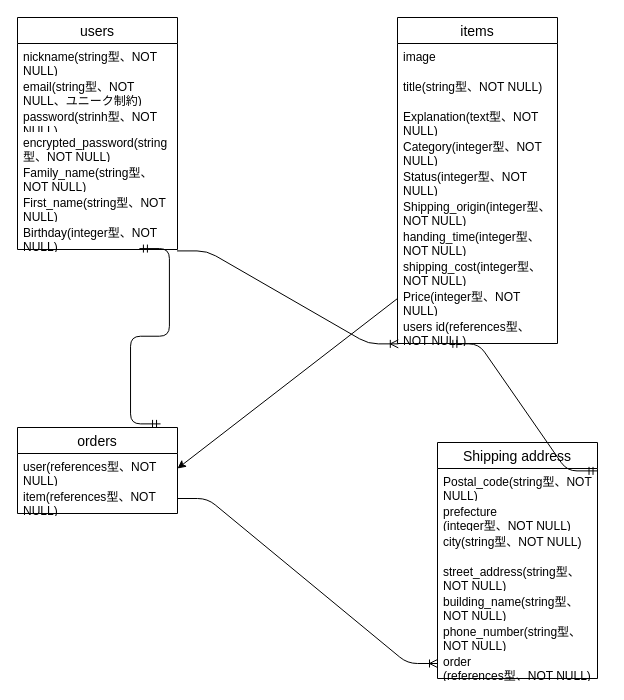
Above: db.dio in mamedaihuku21/furima-41735 (draw.io), before the change. Source tidied: cells renumbered, new cells numbered last; positions are measured from the earlier drawing's top-left corner, leaving out a move shared by most shapes. Both pictures are drawn from the tidied source at 100%, with x=0, y=0 at pixel (17, 17).
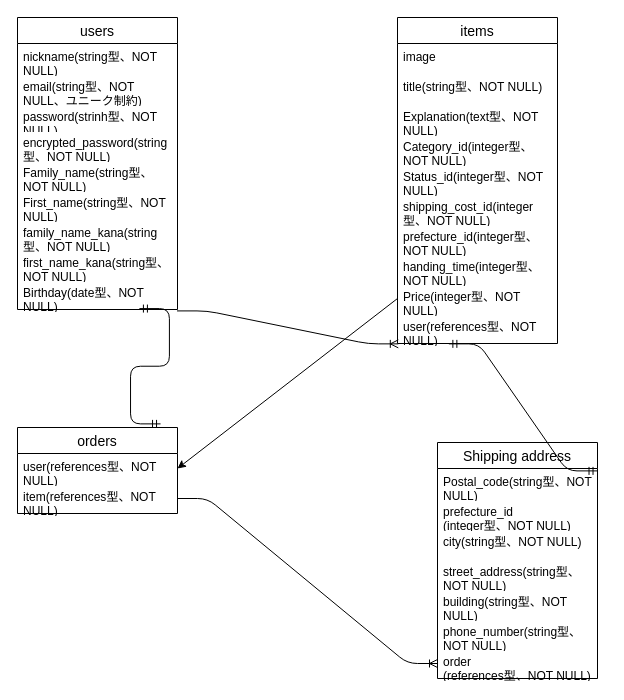
The same diagram, later.

Commit message (it also covers changes not shown here):
データベース設計修正

Unchanged cells that the change refers to:
```xml
<mxCell id="10" value="items" style="swimlane;fontStyle=0;horizontal=1;startSize=26;align=center;fontSize=14;" parent="1" vertex="1">
  <mxGeometry x="380" width="160" height="326" as="geometry" />
</mxCell>
<mxCell id="24" value="Shipping address" style="swimlane;fontStyle=0;horizontal=1;startSize=26;align=center;fontSize=14;" parent="1" vertex="1">
  <mxGeometry x="420" y="425" width="160" height="236" as="geometry" />
</mxCell>
```

What changed in the source:
```diff
@@
     <mxCell id="2" value="users" style="swimlane;fontStyle=0;horizontal=1;startSize=26;align=center;fontSize=14;" parent="1" vertex="1">
-      <mxGeometry width="160" height="232" as="geometry" />
+      <mxGeometry width="160" height="292" as="geometry" />
     </mxCell>
@@
+    <mxCell id="37" value="family_name_kana(string型、NOT NULL)" style="text;strokeColor=none;fillColor=none;spacingLeft=4;spacingRight=4;overflow=hidden;fontSize=12;whiteSpace=wrap;html=1;" parent="2" vertex="1">
+      <mxGeometry y="202" width="160" height="30" as="geometry" />
+    </mxCell>
+    <mxCell id="38" value="first_name_kana(string型、NOT NULL)" style="text;strokeColor=none;fillColor=none;spacingLeft=4;spacingRight=4;overflow=hidden;fontSize=12;whiteSpace=wrap;html=1;" parent="2" vertex="1">
+      <mxGeometry y="232" width="160" height="30" as="geometry" />
+    </mxCell>
-    <mxCell id="9" value="Birthday(integer&lt;span lang=&quot;ja&quot;&gt;型、&lt;/span&gt;&lt;span lang=&quot;en-US&quot;&gt;NOT NULL&lt;/span&gt;)" style="text;strokeColor=none;fillColor=none;spacingLeft=4;spacingRight=4;overflow=hidden;points=[[0,0.5],[1,0.5]];portConstraint=eastwest;fontSize=12;whiteSpace=wrap;html=1;" parent="2" vertex="1">
-      <mxGeometry y="202" width="160" height="30" as="geometry" />
+    <mxCell id="9" value="Birthday(date&lt;span lang=&quot;ja&quot;&gt;型、&lt;/span&gt;&lt;span lang=&quot;en-US&quot;&gt;NOT NULL&lt;/span&gt;)" style="text;strokeColor=none;fillColor=none;spacingLeft=4;spacingRight=4;overflow=hidden;points=[[0,0.5],[1,0.5]];portConstraint=eastwest;fontSize=12;whiteSpace=wrap;html=1;" parent="2" vertex="1">
+      <mxGeometry y="262" width="160" height="30" as="geometry" />
     </mxCell>
@@
-    <mxCell id="14" value="Category(&lt;span lang=&quot;en-US&quot;&gt;integer&lt;/span&gt;&lt;span lang=&quot;ja&quot;&gt;型、&lt;/span&gt;&lt;span lang=&quot;en-US&quot;&gt;NOT NULL&lt;/span&gt;)" style="text;strokeColor=none;fillColor=none;spacingLeft=4;spacingRight=4;overflow=hidden;fontSize=12;whiteSpace=wrap;html=1;" parent="10" vertex="1">
+    <mxCell id="14" value="Category_id(&lt;span lang=&quot;en-US&quot;&gt;integer&lt;/span&gt;&lt;span lang=&quot;ja&quot;&gt;型、&lt;/span&gt;&lt;span lang=&quot;en-US&quot;&gt;NOT NULL&lt;/span&gt;)" style="text;strokeColor=none;fillColor=none;spacingLeft=4;spacingRight=4;overflow=hidden;fontSize=12;whiteSpace=wrap;html=1;" parent="10" vertex="1">
       <mxGeometry y="116" width="160" height="30" as="geometry" />
     </mxCell>
-    <mxCell id="15" value="Status(&lt;span lang=&quot;en-US&quot;&gt;integer&lt;/span&gt;&lt;span lang=&quot;ja&quot;&gt;型、&lt;/span&gt;&lt;span lang=&quot;en-US&quot;&gt;NOT NULL&lt;/span&gt;)" style="text;strokeColor=none;fillColor=none;spacingLeft=4;spacingRight=4;overflow=hidden;fontSize=12;whiteSpace=wrap;html=1;" parent="10" vertex="1">
+    <mxCell id="15" value="Status_id(&lt;span lang=&quot;en-US&quot;&gt;integer&lt;/span&gt;&lt;span lang=&quot;ja&quot;&gt;型、&lt;/span&gt;&lt;span lang=&quot;en-US&quot;&gt;NOT NULL&lt;/span&gt;)" style="text;strokeColor=none;fillColor=none;spacingLeft=4;spacingRight=4;overflow=hidden;fontSize=12;whiteSpace=wrap;html=1;" parent="10" vertex="1">
       <mxGeometry y="146" width="160" height="30" as="geometry" />
     </mxCell>
+    <mxCell id="18" value="shipping_cost_id(&lt;span lang=&quot;en-US&quot;&gt;integer&lt;/span&gt;&lt;span lang=&quot;ja&quot;&gt;型、&lt;/span&gt;&lt;span lang=&quot;en-US&quot;&gt;NOT NULL&lt;/span&gt;)" style="text;strokeColor=none;fillColor=none;spacingLeft=4;spacingRight=4;overflow=hidden;fontSize=12;whiteSpace=wrap;html=1;" parent="10" vertex="1">
+      <mxGeometry y="176" width="160" height="30" as="geometry" />
+    </mxCell>
-    <mxCell id="16" value="Shipping_origin(&lt;span lang=&quot;en-US&quot;&gt;integer&lt;/span&gt;&lt;span lang=&quot;ja&quot;&gt;型、&lt;/span&gt;&lt;span lang=&quot;en-US&quot;&gt;NOT NULL&lt;/span&gt;)" style="text;strokeColor=none;fillColor=none;spacingLeft=4;spacingRight=4;overflow=hidden;fontSize=12;whiteSpace=wrap;html=1;" parent="10" vertex="1">
-      <mxGeometry y="176" width="160" height="30" as="geometry" />
+    <mxCell id="16" value="prefecture_id(&lt;span lang=&quot;en-US&quot;&gt;integer&lt;/span&gt;&lt;span lang=&quot;ja&quot;&gt;型、&lt;/span&gt;&lt;span lang=&quot;en-US&quot;&gt;NOT NULL&lt;/span&gt;)" style="text;strokeColor=none;fillColor=none;spacingLeft=4;spacingRight=4;overflow=hidden;fontSize=12;whiteSpace=wrap;html=1;" parent="10" vertex="1">
+      <mxGeometry y="206" width="160" height="30" as="geometry" />
     </mxCell>
     <mxCell id="17" value="handing_time(&lt;span lang=&quot;en-US&quot;&gt;integer&lt;/span&gt;&lt;span lang=&quot;ja&quot;&gt;型、&lt;/span&gt;&lt;span lang=&quot;en-US&quot;&gt;NOT NULL&lt;/span&gt;)" style="text;strokeColor=none;fillColor=none;spacingLeft=4;spacingRight=4;overflow=hidden;fontSize=12;whiteSpace=wrap;html=1;" parent="10" vertex="1">
-      <mxGeometry y="206" width="160" height="30" as="geometry" />
+      <mxGeometry y="236" width="160" height="30" as="geometry" />
     </mxCell>
-    <mxCell id="18" value="shipping_cost(&lt;span lang=&quot;en-US&quot;&gt;integer&lt;/span&gt;&lt;span lang=&quot;ja&quot;&gt;型、&lt;/span&gt;&lt;span lang=&quot;en-US&quot;&gt;NOT NULL&lt;/span&gt;)" style="text;strokeColor=none;fillColor=none;spacingLeft=4;spacingRight=4;overflow=hidden;fontSize=12;whiteSpace=wrap;html=1;" parent="10" vertex="1">
-      <mxGeometry y="236" width="160" height="30" as="geometry" />
-    </mxCell>
@@
-    <mxCell id="20" value="users id(&lt;span lang=&quot;en-US&quot;&gt;references&lt;/span&gt;&lt;span lang=&quot;ja&quot;&gt;型、&lt;/span&gt;&lt;span lang=&quot;en-US&quot;&gt;NOT NULL&lt;/span&gt;)" style="text;strokeColor=none;fillColor=none;spacingLeft=4;spacingRight=4;overflow=hidden;points=[[0,0.5],[1,0.5]];portConstraint=eastwest;fontSize=12;whiteSpace=wrap;html=1;" parent="10" vertex="1">
+    <mxCell id="20" value="user(&lt;span lang=&quot;en-US&quot;&gt;references&lt;/span&gt;&lt;span lang=&quot;ja&quot;&gt;型、&lt;/span&gt;&lt;span lang=&quot;en-US&quot;&gt;NOT NULL&lt;/span&gt;)" style="text;strokeColor=none;fillColor=none;spacingLeft=4;spacingRight=4;overflow=hidden;points=[[0,0.5],[1,0.5]];portConstraint=eastwest;fontSize=12;whiteSpace=wrap;html=1;" parent="10" vertex="1">
       <mxGeometry y="296" width="160" height="30" as="geometry" />
     </mxCell>
@@
-    <mxCell id="26" value="prefecture&lt;div&gt;(integer型、NOT NULL)&lt;/div&gt;" style="text;strokeColor=none;fillColor=none;spacingLeft=4;spacingRight=4;overflow=hidden;fontSize=12;whiteSpace=wrap;html=1;" parent="24" vertex="1">
+    <mxCell id="26" value="prefecture_id&lt;div&gt;(integer型、NOT NULL)&lt;/div&gt;" style="text;strokeColor=none;fillColor=none;spacingLeft=4;spacingRight=4;overflow=hidden;fontSize=12;whiteSpace=wrap;html=1;" parent="24" vertex="1">
       <mxGeometry y="56" width="160" height="30" as="geometry" />
     </mxCell>
@@
-    <mxCell id="29" value="building_name(&lt;span lang=&quot;en-US&quot;&gt;string&lt;/span&gt;&lt;span lang=&quot;ja&quot;&gt;型、&lt;/span&gt;&lt;span lang=&quot;en-US&quot;&gt;NOT NULL&lt;/span&gt;)" style="text;strokeColor=none;fillColor=none;spacingLeft=4;spacingRight=4;overflow=hidden;fontSize=12;whiteSpace=wrap;html=1;" parent="24" vertex="1">
+    <mxCell id="29" value="building(&lt;span lang=&quot;en-US&quot;&gt;string&lt;/span&gt;&lt;span lang=&quot;ja&quot;&gt;型、&lt;/span&gt;&lt;span lang=&quot;en-US&quot;&gt;NOT NULL&lt;/span&gt;)" style="text;strokeColor=none;fillColor=none;spacingLeft=4;spacingRight=4;overflow=hidden;fontSize=12;whiteSpace=wrap;html=1;" parent="24" vertex="1">
       <mxGeometry y="146" width="160" height="30" as="geometry" />
     </mxCell>
```
